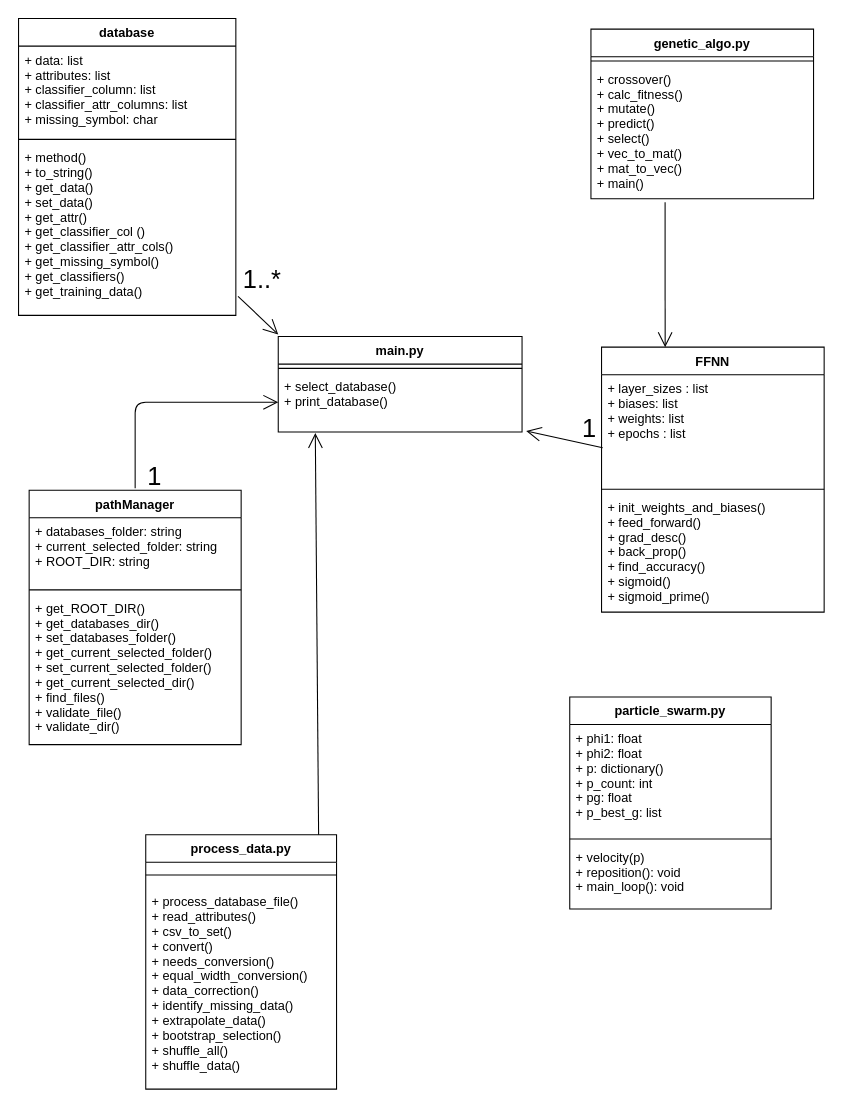
Earlier version of the draw.io diagram design_doc/uml.drawio (hsoule427/CSCI-447-Project-4). Source tidied: cells renumbered, new cells numbered last; positions are measured from the earlier drawing's top-left corner, leaving out a move shared by most shapes. Both pictures are drawn from the tidied source at 106%, with x=0, y=0 at pixel (18, 18).
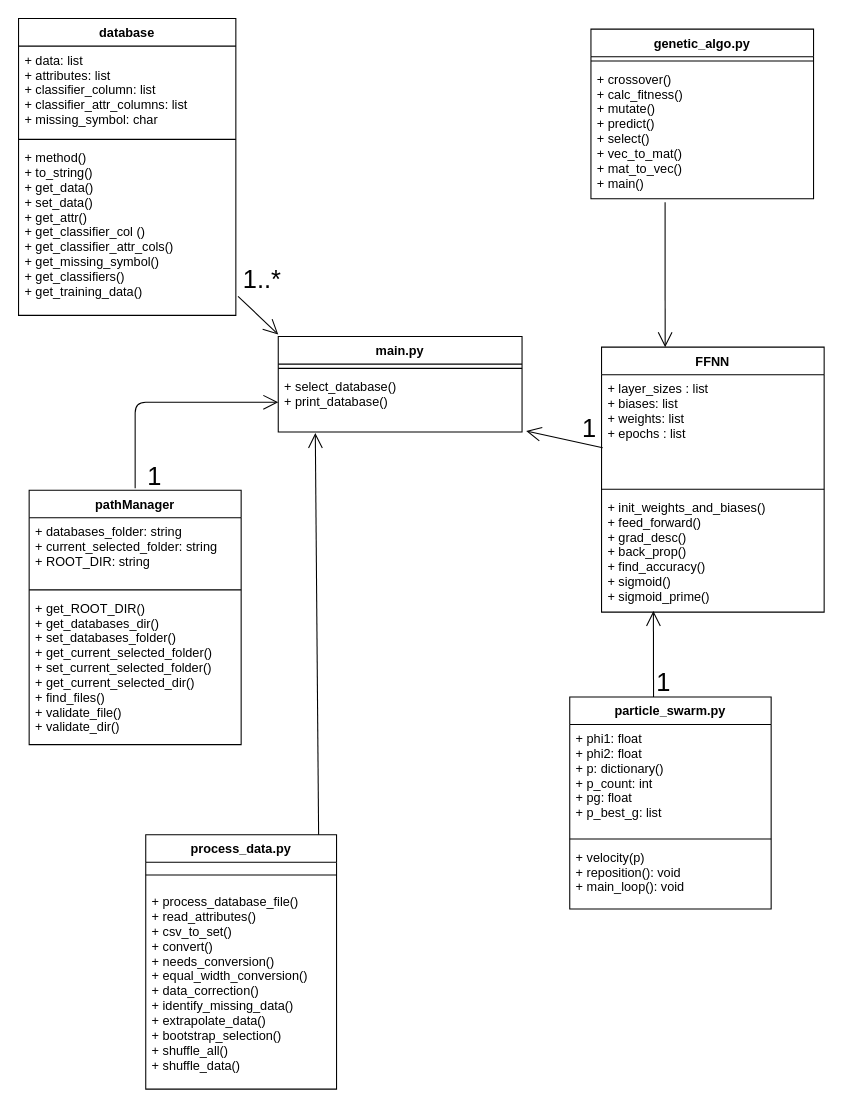
Above is the later version.

Commit message:
Add association to particle swarm

The change refers to these unchanged cells:
```xml
<mxCell id="5" value="+ init_weights_and_biases() &#10;+ feed_forward()&#10;+ grad_desc()&#10;+ back_prop()&#10;+ find_accuracy()&#10;+ sigmoid()&#10;+ sigmoid_prime()" style="text;strokeColor=none;fillColor=none;align=left;verticalAlign=top;spacingLeft=4;spacingRight=4;overflow=hidden;points=[[0,0.5],[1,0.5]];portConstraint=eastwest;" parent="2" vertex="1">
  <mxGeometry y="138" width="210" height="112" as="geometry" />
</mxCell>
<mxCell id="31" value="particle_swarm.py" style="swimlane;fontStyle=1;align=center;verticalAlign=top;horizontal=1;startSize=26;" parent="1" vertex="1">
  <mxGeometry x="520" y="640" width="190" height="200" as="geometry" />
</mxCell>
```

What changed in the source:
```diff
@@
+    <mxCell id="35" style="endArrow=open;endFill=1;endSize=12;html=1;entryX=0.233;entryY=0.991;entryDx=0;entryDy=0;entryPerimeter=0;exitX=0.416;exitY=0;exitDx=0;exitDy=0;exitPerimeter=0;" parent="1" edge="1" source="31" target="5">
+      <mxGeometry relative="1" as="geometry" />
+    </mxCell>
+    <mxCell id="36" value="&lt;font style=&quot;font-size: 24px&quot;&gt;1&lt;/font&gt;" style="text;html=1;align=left;verticalAlign=top;spacingTop=-4;" parent="1" vertex="1">
+      <mxGeometry x="600" y="610" width="30" height="20" as="geometry" />
+    </mxCell>
```
